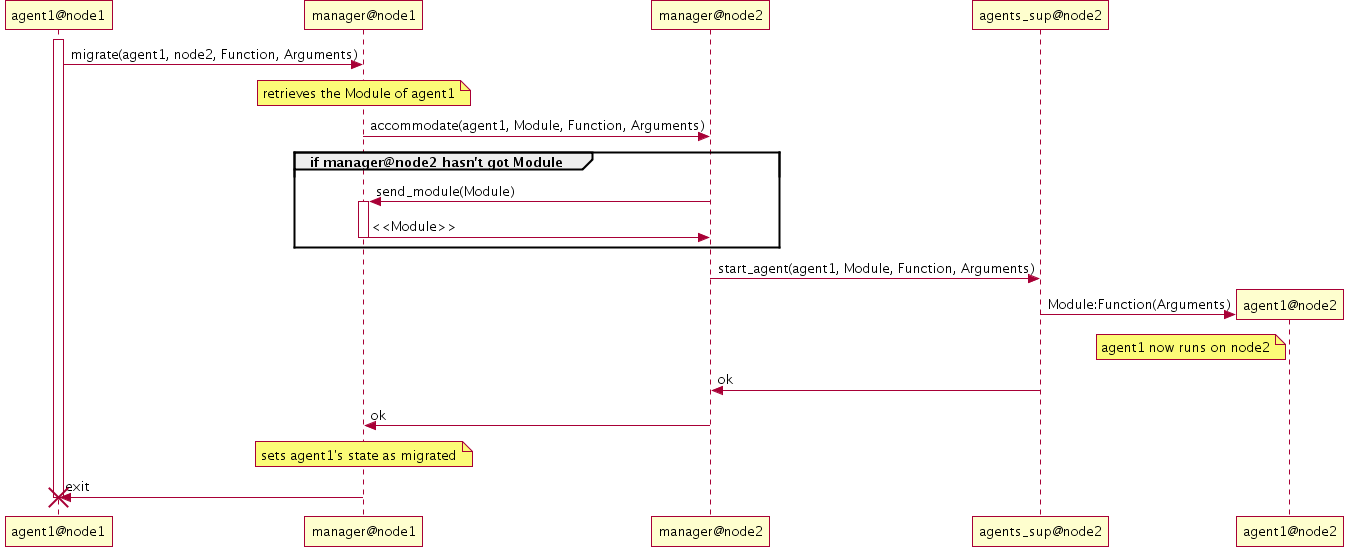
This is doc/img/sequence_migration.png from b3aver/Erlang-Mobile-Agents, a PlantUML export, as it was before one commit. Its diagram source:
```plantuml
@startuml img/sequence_migration.png
activate agent1@node1
agent1@node1 -> manager@node1: migrate(agent1, node2, Function, Arguments)
note over manager@node1: retrieves the Module of agent1
manager@node1 -> manager@node2: accommodate(agent1, Module, Function, Arguments)
group if manager@node2 hasn't got Module
  manager@node2 -> manager@node1: send_module(Module)
  activate manager@node1
  manager@node1 -> manager@node2: <<Module>>
  deactivate manager@node1
end
manager@node2 -> agents_sup@node2: start_agent(agent1, Module, Function, Arguments)
create agent1@node2
agents_sup@node2 -> agent1@node2: Module:Function(Arguments)
note left agent1@node2: agent1 now runs on node2
manager@node2 <- agents_sup@node2: ok
manager@node1 <- manager@node2: ok
note over manager@node1: sets agent1's state as migrated
agent1@node1 <-manager@node1: exit
destroy agent1@node1
@enduml
```
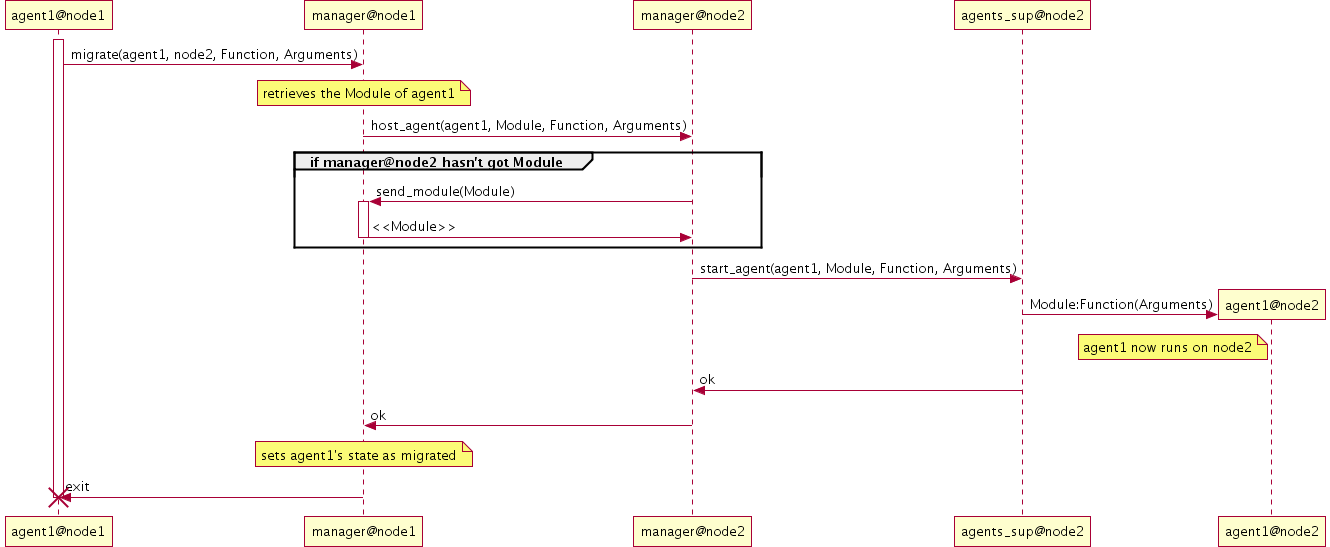
Later version of the same file.

Commit message:
Created function host_agent, to be tested.

Diff of the diagram source:
```diff
@@ -2,7 +2,7 @@
 activate agent1@node1
 agent1@node1 -> manager@node1: migrate(agent1, node2, Function, Arguments)
 note over manager@node1: retrieves the Module of agent1
-manager@node1 -> manager@node2: accommodate(agent1, Module, Function, Arguments)
+manager@node1 -> manager@node2: host_agent(agent1, Module, Function, Arguments)
 group if manager@node2 hasn't got Module
   manager@node2 -> manager@node1: send_module(Module)
   activate manager@node1
```
